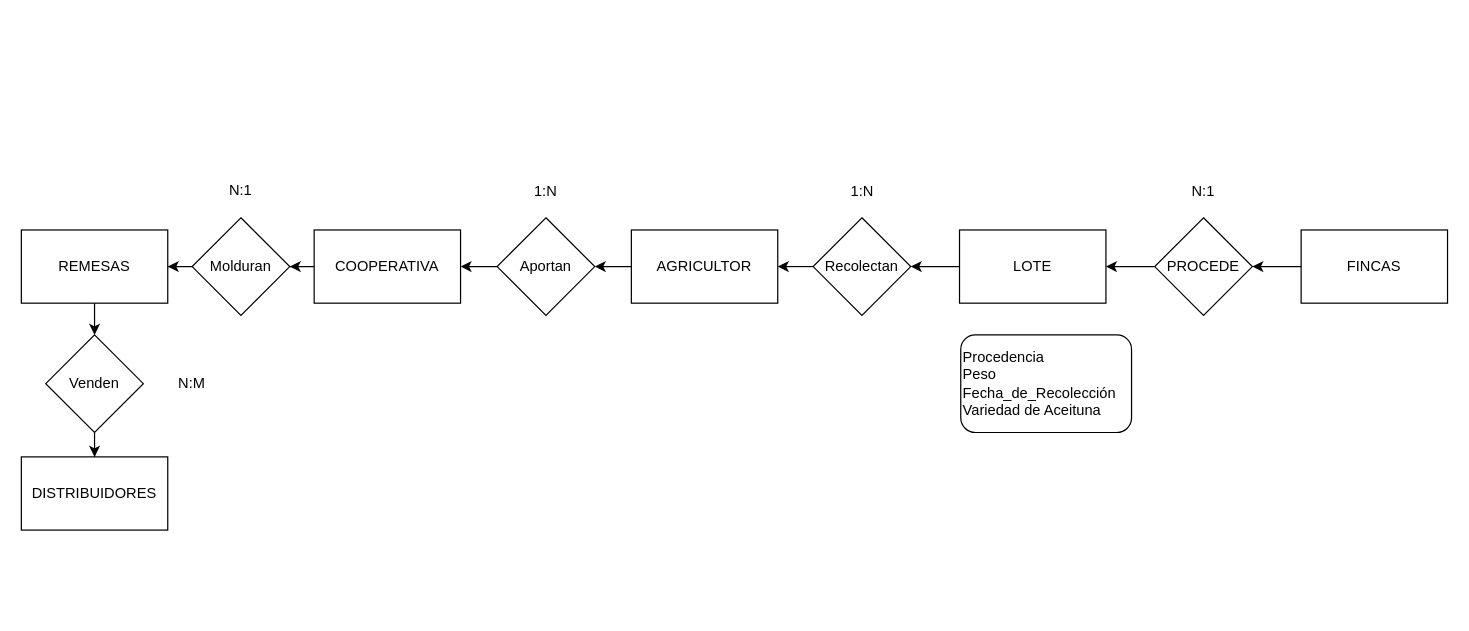
Earlier version of the draw.io diagram Ejercicio2 Presentacion.drawio (antonionavarro04/diagramas). Source tidied: cells renumbered, new cells numbered last; positions are measured from the earlier drawing's top-left corner, leaving out a move shared by most shapes. Both pictures are drawn from the tidied source at 122%, with x=0, y=0 at pixel (21, 172).
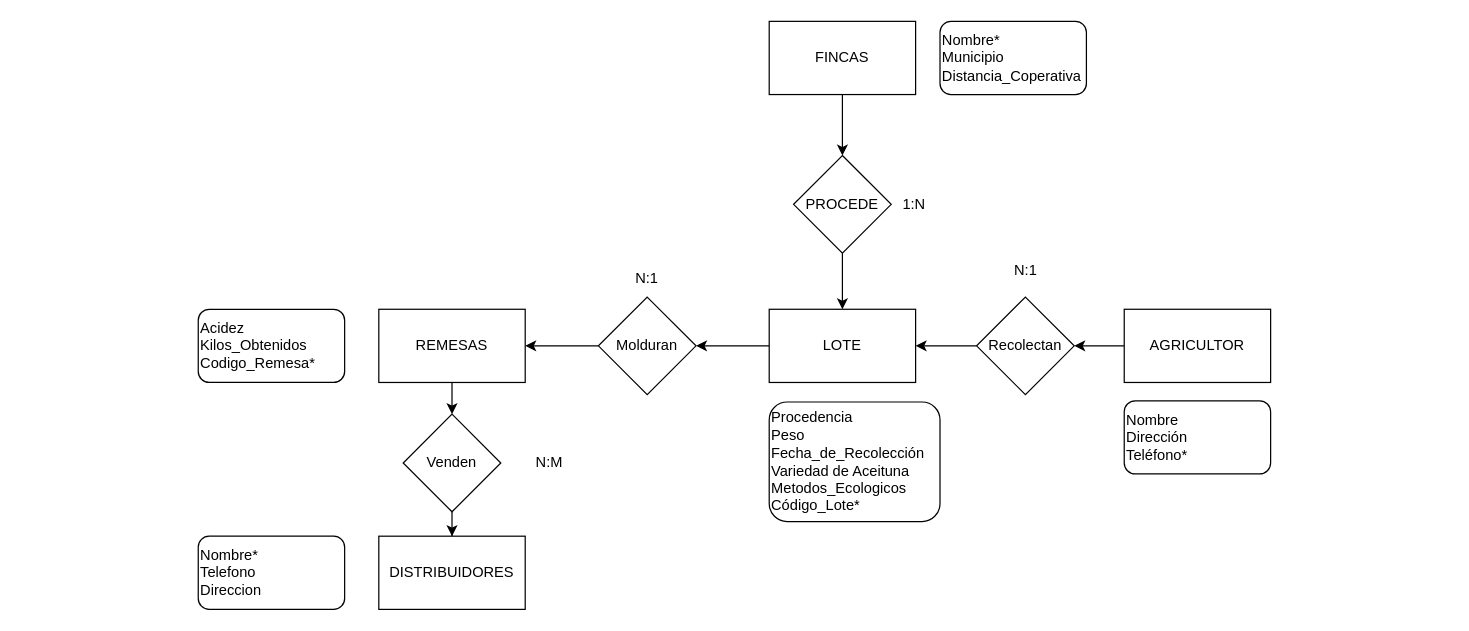
Above is the later version.

What changed in the source:
```diff
@@
-    <mxCell id="2" style="edgeStyle=orthogonalEdgeStyle;rounded=0;jettySize=auto;html=1;" parent="1" edge="1" source="3" target="14">
-      <mxGeometry relative="1" as="geometry" />
-    </mxCell>
+    <mxCell id="29" style="edgeStyle=orthogonalEdgeStyle;rounded=0;jettySize=auto;html=1;" parent="1" edge="1" source="3" target="12">
+      <mxGeometry relative="1" as="geometry" />
+    </mxCell>
     <mxCell id="3" value="AGRICULTOR" style="rounded=0;whiteSpace=wrap;html=1;" parent="1" vertex="1">
-      <mxGeometry x="500" y="47" width="120" height="60" as="geometry" />
+      <mxGeometry x="904" y="112" width="120" height="60" as="geometry" />
     </mxCell>
-    <mxCell id="4" style="edgeStyle=orthogonalEdgeStyle;rounded=0;jettySize=auto;html=1;exitX=0;exitY=0.5;exitDx=0;exitDy=0;entryX=1;entryY=0.5;entryDx=0;entryDy=0;" parent="1" edge="1" source="5" target="12">
-      <mxGeometry relative="1" as="geometry" />
-    </mxCell>
+    <mxCell id="30" style="edgeStyle=orthogonalEdgeStyle;rounded=0;jettySize=auto;html=1;entryX=1;entryY=0.5;entryDx=0;entryDy=0;" parent="1" edge="1" source="5" target="20">
+      <mxGeometry relative="1" as="geometry" />
+    </mxCell>
     <mxCell id="5" value="LOTE" style="rounded=0;whiteSpace=wrap;html=1;" parent="1" vertex="1">
-      <mxGeometry x="769" y="47" width="120" height="60" as="geometry" />
+      <mxGeometry x="613" y="112" width="120" height="60" as="geometry" />
     </mxCell>
-    <mxCell id="6" value="1:N" style="text;html=1;align=center;verticalAlign=middle;strokeColor=none;fillColor=none;" parent="1" vertex="1">
-      <mxGeometry x="669" y="1" width="40" height="30" as="geometry" />
+    <mxCell id="6" value="N:1" style="text;html=1;align=center;verticalAlign=middle;strokeColor=none;fillColor=none;" parent="1" vertex="1">
+      <mxGeometry x="803" y="65" width="40" height="30" as="geometry" />
     </mxCell>
@@
     <mxCell id="8" value="FINCAS" style="rounded=0;whiteSpace=wrap;html=1;" parent="1" vertex="1">
-      <mxGeometry x="1049" y="47" width="120" height="60" as="geometry" />
+      <mxGeometry x="613" y="-124" width="120" height="60" as="geometry" />
     </mxCell>
@@
     <mxCell id="10" value="PROCEDE" style="rhombus;whiteSpace=wrap;html=1;" parent="1" vertex="1">
-      <mxGeometry x="929" y="37" width="80" height="80" as="geometry" />
+      <mxGeometry x="633" y="-14" width="80" height="80" as="geometry" />
     </mxCell>
-    <mxCell id="11" style="edgeStyle=orthogonalEdgeStyle;rounded=0;jettySize=auto;html=1;exitX=0;exitY=0.5;exitDx=0;exitDy=0;entryX=1;entryY=0.5;entryDx=0;entryDy=0;" parent="1" edge="1" source="12" target="3">
-      <mxGeometry relative="1" as="geometry" />
-    </mxCell>
+    <mxCell id="31" style="edgeStyle=orthogonalEdgeStyle;rounded=0;jettySize=auto;html=1;" parent="1" edge="1" source="12" target="5">
+      <mxGeometry relative="1" as="geometry" />
+    </mxCell>
     <mxCell id="12" value="Recolectan" style="rhombus;whiteSpace=wrap;html=1;" parent="1" vertex="1">
-      <mxGeometry x="649" y="37" width="80" height="80" as="geometry" />
+      <mxGeometry x="783" y="102" width="80" height="80" as="geometry" />
     </mxCell>
-    <mxCell id="13" style="edgeStyle=orthogonalEdgeStyle;rounded=0;jettySize=auto;html=1;" parent="1" edge="1" source="14" target="16">
-      <mxGeometry relative="1" as="geometry" />
-    </mxCell>
-    <mxCell id="14" value="Aportan" style="rhombus;whiteSpace=wrap;html=1;" parent="1" vertex="1">
-      <mxGeometry x="390" y="37" width="80" height="80" as="geometry" />
-    </mxCell>
-    <mxCell id="15" style="edgeStyle=orthogonalEdgeStyle;rounded=0;jettySize=auto;html=1;" parent="1" edge="1" source="16" target="20">
-      <mxGeometry relative="1" as="geometry" />
-    </mxCell>
-    <mxCell id="16" value="COOPERATIVA" style="rounded=0;whiteSpace=wrap;html=1;" parent="1" vertex="1">
-      <mxGeometry x="240" y="47" width="120" height="60" as="geometry" />
-    </mxCell>
@@
     <mxCell id="18" value="REMESAS" style="rounded=0;whiteSpace=wrap;html=1;" parent="1" vertex="1">
-      <mxGeometry y="47" width="120" height="60" as="geometry" />
+      <mxGeometry x="293" y="112" width="120" height="60" as="geometry" />
     </mxCell>
@@
     <mxCell id="20" value="Molduran" style="rhombus;whiteSpace=wrap;html=1;" parent="1" vertex="1">
-      <mxGeometry x="140" y="37" width="80" height="80" as="geometry" />
+      <mxGeometry x="473" y="102" width="80" height="80" as="geometry" />
     </mxCell>
@@
     <mxCell id="22" value="Venden" style="rhombus;whiteSpace=wrap;html=1;" parent="1" vertex="1">
-      <mxGeometry x="20" y="133" width="80" height="80" as="geometry" />
+      <mxGeometry x="313" y="198" width="80" height="80" as="geometry" />
     </mxCell>
     <mxCell id="23" value="DISTRIBUIDORES" style="rounded=0;whiteSpace=wrap;html=1;" parent="1" vertex="1">
-      <mxGeometry y="233" width="120" height="60" as="geometry" />
+      <mxGeometry x="293" y="298" width="120" height="60" as="geometry" />
     </mxCell>
-    <mxCell id="24" value="N:1" style="text;html=1;strokeColor=none;fillColor=none;align=center;verticalAlign=middle;whiteSpace=wrap;rounded=0;" parent="1" vertex="1">
-      <mxGeometry x="939" y="1" width="60" height="30" as="geometry" />
+    <mxCell id="24" value="1:N" style="text;html=1;strokeColor=none;fillColor=none;align=center;verticalAlign=middle;whiteSpace=wrap;rounded=0;" parent="1" vertex="1">
+      <mxGeometry x="702" y="11" width="60" height="30" as="geometry" />
     </mxCell>
-    <mxCell id="25" value="1:N" style="text;html=1;strokeColor=none;fillColor=none;align=center;verticalAlign=middle;whiteSpace=wrap;rounded=0;" parent="1" vertex="1">
-      <mxGeometry x="400" y="1" width="60" height="30" as="geometry" />
-    </mxCell>
     <mxCell id="26" value="N:1" style="text;html=1;strokeColor=none;fillColor=none;align=center;verticalAlign=middle;whiteSpace=wrap;rounded=0;" parent="1" vertex="1">
-      <mxGeometry x="150" width="60" height="30" as="geometry" />
+      <mxGeometry x="483" y="72" width="60" height="30" as="geometry" />
     </mxCell>
     <mxCell id="27" value="N:M" style="text;html=1;strokeColor=none;fillColor=none;align=center;verticalAlign=middle;whiteSpace=wrap;rounded=0;" parent="1" vertex="1">
-      <mxGeometry x="110" y="158" width="60" height="30" as="geometry" />
+      <mxGeometry x="403" y="223" width="60" height="30" as="geometry" />
     </mxCell>
-    <mxCell id="28" value="&lt;span style=&quot;&quot;&gt;Procedencia&lt;/span&gt;&lt;br style=&quot;&quot;&gt;&lt;span style=&quot;&quot;&gt;Peso&lt;/span&gt;&lt;br style=&quot;&quot;&gt;&lt;span style=&quot;&quot;&gt;Fecha_de_Recolección&lt;br&gt;Variedad de Aceituna&lt;br&gt;&lt;/span&gt;" style="rounded=1;whiteSpace=wrap;html=1;align=left;" parent="1" vertex="1">
-      <mxGeometry x="770" y="133" width="140" height="80" as="geometry" />
+    <mxCell id="28" value="&lt;span style=&quot;&quot;&gt;Procedencia&lt;/span&gt;&lt;br style=&quot;&quot;&gt;&lt;span style=&quot;&quot;&gt;Peso&lt;/span&gt;&lt;br style=&quot;&quot;&gt;&lt;span style=&quot;&quot;&gt;Fecha_de_Recolección&lt;br&gt;Variedad de Aceituna&lt;br&gt;Metodos_Ecologicos&lt;br&gt;Código_Lote*&lt;br&gt;&lt;/span&gt;" style="rounded=1;whiteSpace=wrap;html=1;align=left;" parent="1" vertex="1">
+      <mxGeometry x="613" y="188" width="140" height="98" as="geometry" />
     </mxCell>
+    <mxCell id="32" value="Nombre&lt;br&gt;Dirección&lt;br&gt;Teléfono*" style="rounded=1;whiteSpace=wrap;html=1;align=left;" parent="1" vertex="1">
+      <mxGeometry x="904" y="187" width="120" height="60" as="geometry" />
+    </mxCell>
+    <mxCell id="33" value="Nombre*&lt;br&gt;Municipio&lt;br&gt;Distancia_Coperativa" style="rounded=1;whiteSpace=wrap;html=1;align=left;" parent="1" vertex="1">
+      <mxGeometry x="753" y="-124" width="120" height="60" as="geometry" />
+    </mxCell>
+    <mxCell id="34" value="Acidez&lt;br&gt;Kilos_Obtenidos&lt;br&gt;Codigo_Remesa*" style="rounded=1;whiteSpace=wrap;html=1;align=left;" parent="1" vertex="1">
+      <mxGeometry x="145" y="112" width="120" height="60" as="geometry" />
+    </mxCell>
+    <mxCell id="35" value="&lt;div style=&quot;&quot;&gt;&lt;span style=&quot;background-color: initial;&quot;&gt;Nombre*&lt;/span&gt;&lt;/div&gt;&lt;div style=&quot;&quot;&gt;&lt;span style=&quot;background-color: initial;&quot;&gt;Telefono&lt;/span&gt;&lt;/div&gt;&lt;div style=&quot;&quot;&gt;&lt;span style=&quot;background-color: initial;&quot;&gt;Direccion&lt;/span&gt;&lt;/div&gt;" style="rounded=1;whiteSpace=wrap;html=1;align=left;" parent="1" vertex="1">
+      <mxGeometry x="145" y="298" width="120" height="60" as="geometry" />
+    </mxCell>
```
